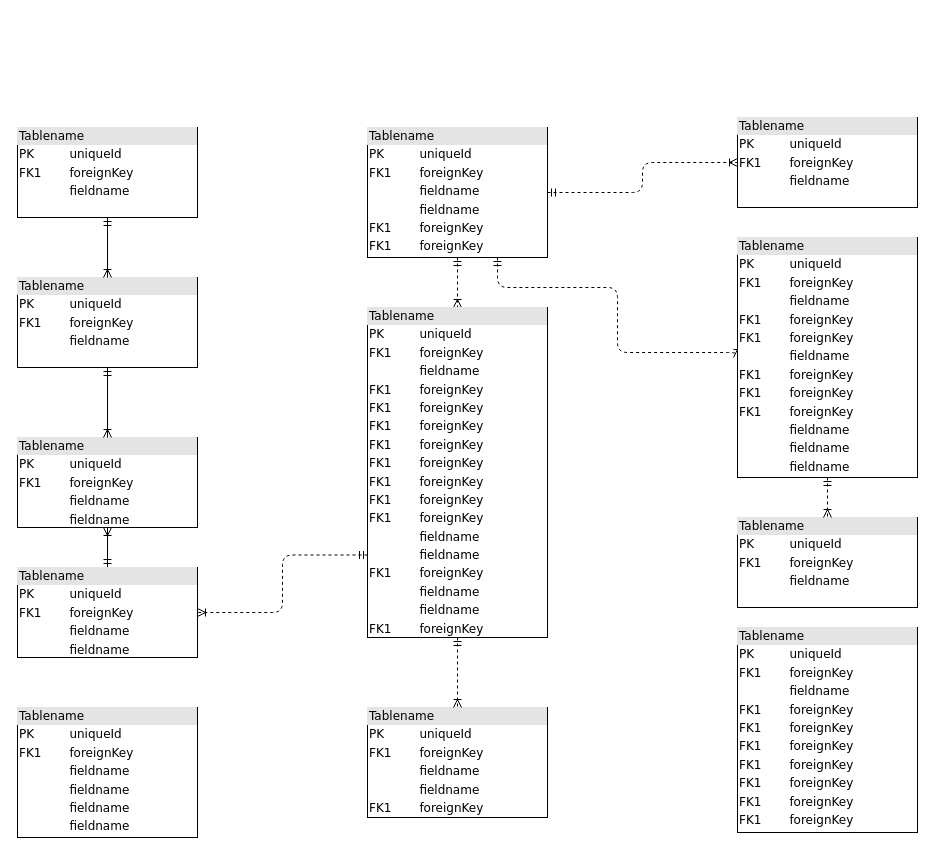
charlesmudima/draw.io keeps this draw.io diagram as SA-Wine-App.drawio. Above is the earlier version. Source tidied: cells renumbered, new cells numbered last; positions are measured from the earlier drawing's top-left corner, leaving out a move shared by most shapes. Both pictures are drawn from the tidied source at 100%, with x=0, y=0 at pixel (17, 117).
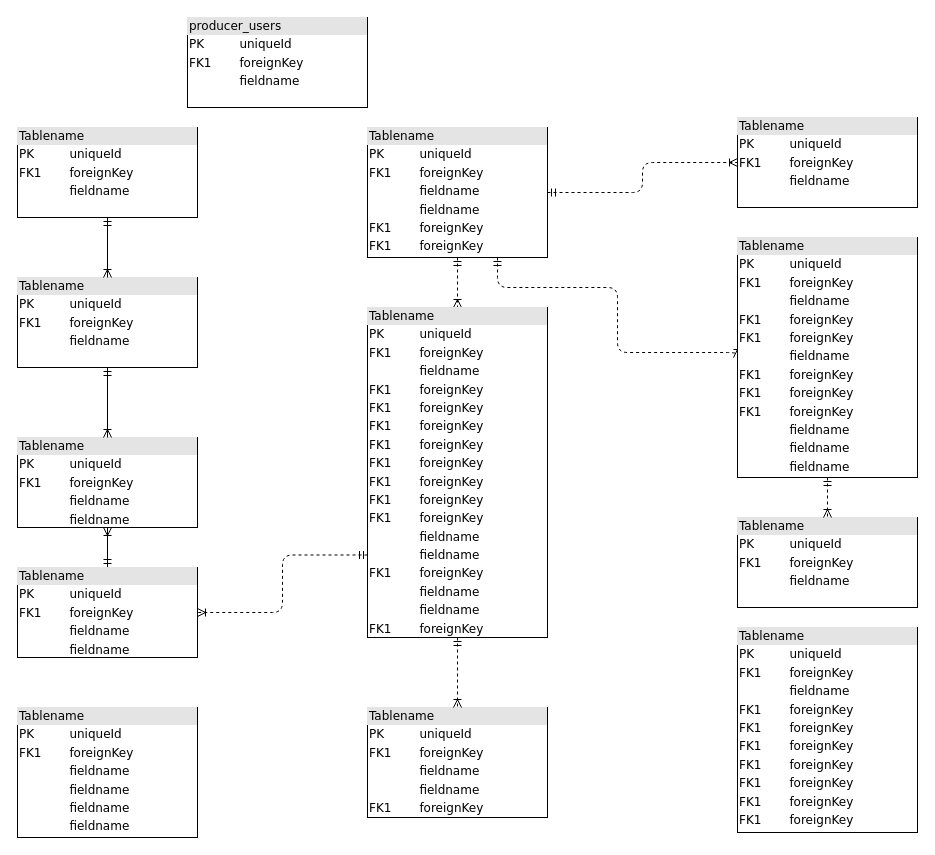
The same page after the edit.

Diff of the diagram source:
```diff
@@
+    <mxCell id="23" value="&lt;div style=&quot;box-sizing:border-box;width:100%;background:#e4e4e4;padding:2px;&quot;&gt;producer_users&lt;/div&gt;&lt;table style=&quot;width:100%;font-size:1em;&quot; cellpadding=&quot;2&quot; cellspacing=&quot;0&quot;&gt;&lt;tbody&gt;&lt;tr&gt;&lt;td&gt;PK&lt;/td&gt;&lt;td&gt;uniqueId&lt;/td&gt;&lt;/tr&gt;&lt;tr&gt;&lt;td&gt;FK1&lt;/td&gt;&lt;td&gt;foreignKey&lt;/td&gt;&lt;/tr&gt;&lt;tr&gt;&lt;td&gt;&lt;/td&gt;&lt;td&gt;fieldname&lt;/td&gt;&lt;/tr&gt;&lt;/tbody&gt;&lt;/table&gt;" style="verticalAlign=top;align=left;overflow=fill;html=1;rounded=0;shadow=0;comic=0;labelBackgroundColor=none;strokeWidth=1;fontFamily=Verdana;fontSize=12;" parent="1" vertex="1">
+      <mxGeometry x="170" y="-100" width="180" height="90" as="geometry" />
+    </mxCell>
```
